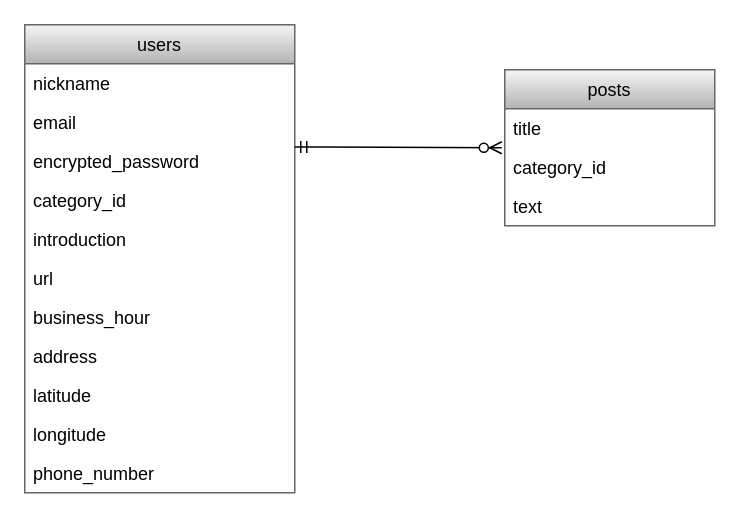
Before: coedo.dio in mr0216/coedo, a draw.io diagram. Source tidied: cells renumbered, new cells numbered last; positions are measured from the earlier drawing's top-left corner, leaving out a move shared by most shapes. Both pictures are drawn from the tidied source at 150%, with x=0, y=0 at pixel (24, 24).
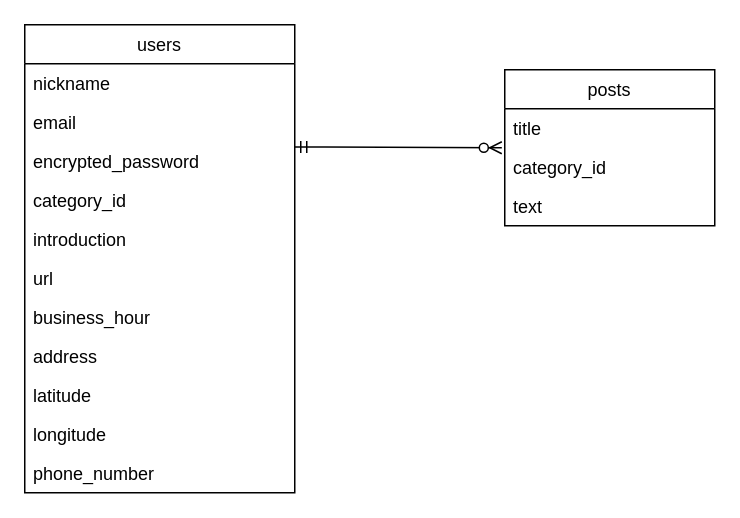
After the change.

The edit, as a diff of the source:
```diff
@@
-    <mxCell id="2" value="users" style="swimlane;fontStyle=0;horizontal=1;startSize=26;gradientColor=#b3b3b3;fillColor=#f5f5f5;strokeColor=#666666;" parent="1" vertex="1">
+    <mxCell id="2" value="users" style="swimlane;fontStyle=0;horizontal=1;startSize=26;fillColor=none;" parent="1" vertex="1">
       <mxGeometry width="180" height="312" as="geometry" />
     </mxCell>
@@
-    <mxCell id="14" value="posts" style="swimlane;fontStyle=0;horizontal=1;startSize=26;gradientColor=#b3b3b3;fillColor=#f5f5f5;strokeColor=#666666;" parent="1" vertex="1">
+    <mxCell id="14" value="posts" style="swimlane;fontStyle=0;horizontal=1;startSize=26;fillColor=none;" parent="1" vertex="1">
       <mxGeometry x="320" y="30" width="140" height="104" as="geometry" />
     </mxCell>
```
